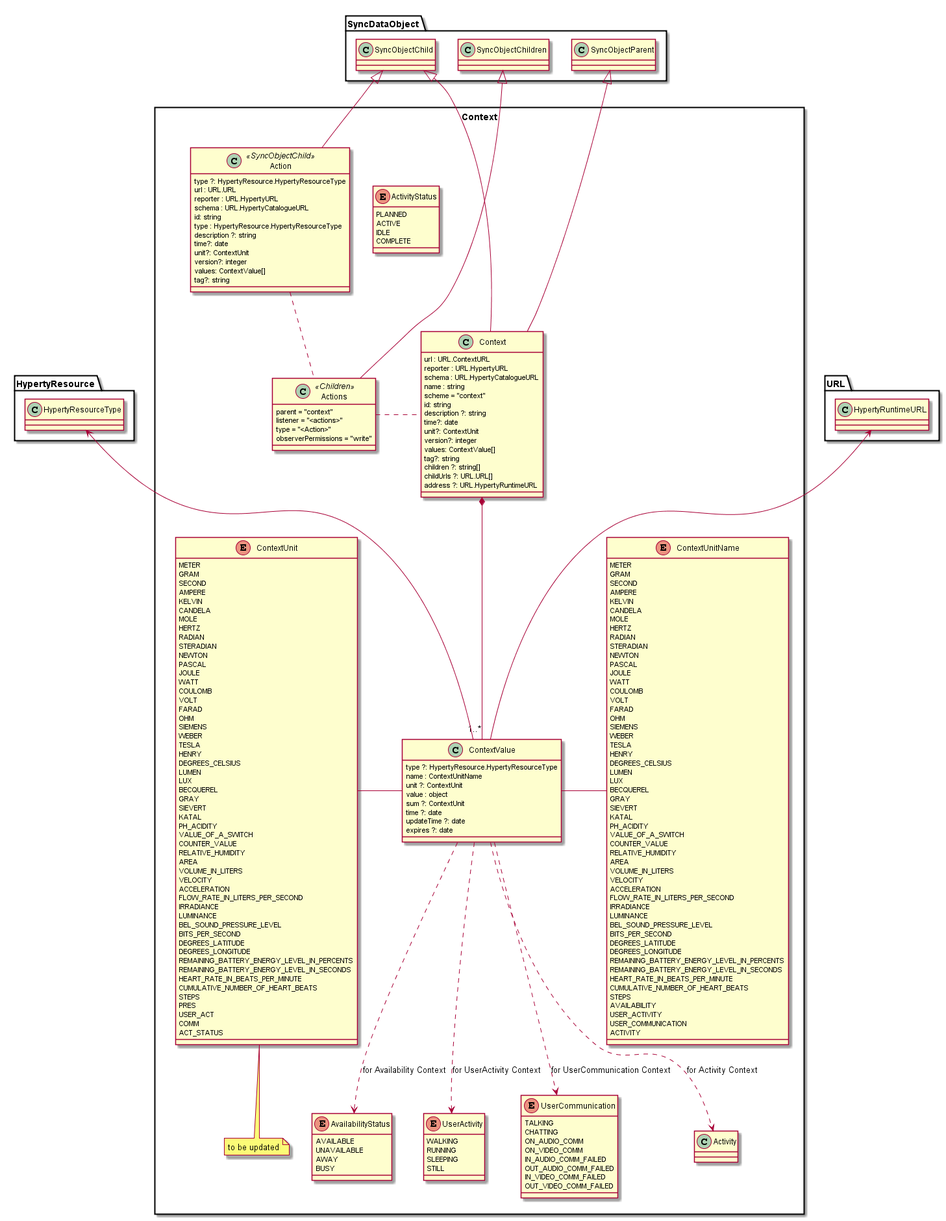
The PlantUML diagram datamodel/data-objects/context/Context.png in reTHINK-project/specs, before a commit.
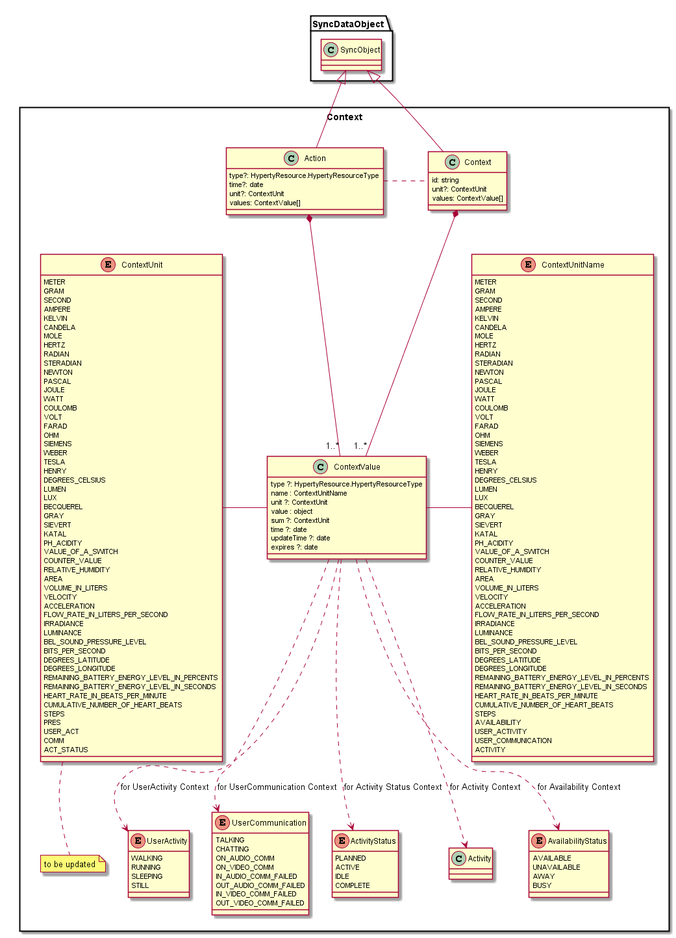
After the change.

Commit message:
Context model updated according to implementation

Change to the diagram source:
```diff
@@ -3,21 +3,9 @@
 package Context <<Rect>> {
 
 	class Context {
-		url : URL.ContextURL
-		reporter : URL.HypertyURL
-		schema : URL.HypertyCatalogueURL
-		name : string
-		scheme = "context"
 		id: string
-		description ?: string
-		time?: date
 		unit?: ContextUnit
-		version?: integer
 		values: ContextValue[]
-		tag?: string
-		children ?: string[]
-		childUrls ?: URL.URL[]
-		address ?: URL.HypertyRuntimeURL
 	}
 
 	enum ContextUnitName {
@@ -177,46 +165,25 @@
 	 COMPLETE
 	}
 
-	class Actions <<Children>> {
-		parent = "context"
-		listener = "<actions>"
-		type = "<Action>"
-		observerPermissions = "write"
-	}
-
-	class Action <<SyncObjectChild>> {
-		type ?: HypertyResource.HypertyResourceType
-		url : URL.URL
-		reporter : URL.HypertyURL
-		schema : URL.HypertyCatalogueURL
-		id: string
-		type : HypertyResource.HypertyResourceType
-		description ?: string
+	class Action {
+		type?: HypertyResource.HypertyResourceType
 		time?: date
 		unit?: ContextUnit
-		version?: integer
 		values: ContextValue[]
-		tag?: string
 	}
-
-
 
 	Context *-- "1..*" ContextValue
 
-	Context -up-|> SyncDataObject.SyncObjectParent
-	Actions -up-|> SyncDataObject.SyncObjectChildren
-	Action -up-|> SyncDataObject.SyncObjectChild
-	Context -up-|> SyncDataObject.SyncObjectChild
-	Context .left. Actions
-	Action .. Actions
-	ContextValue -up-> HypertyResource.HypertyResourceType
-	ContextValue -up-> URL.HypertyRuntimeURL
-
+	Context -up-|> SyncDataObject.SyncObject
+	Action -up-|> SyncDataObject.SyncObject
+	Action *-- "1..*" ContextValue
+	Context .left. Action
 
 	ContextValue .down.> AvailabilityStatus : for Availability Context
 	ContextValue .down.> UserActivity : for UserActivity Context
 	ContextValue .down.> UserCommunication : for UserCommunication Context
 	ContextValue .down.> Activity : for Activity Context
+	ContextValue .down.> ActivityStatus : for Activity Status Context
 
 	ContextValue -right- ContextUnitName
 	ContextValue -left- ContextUnit
```
